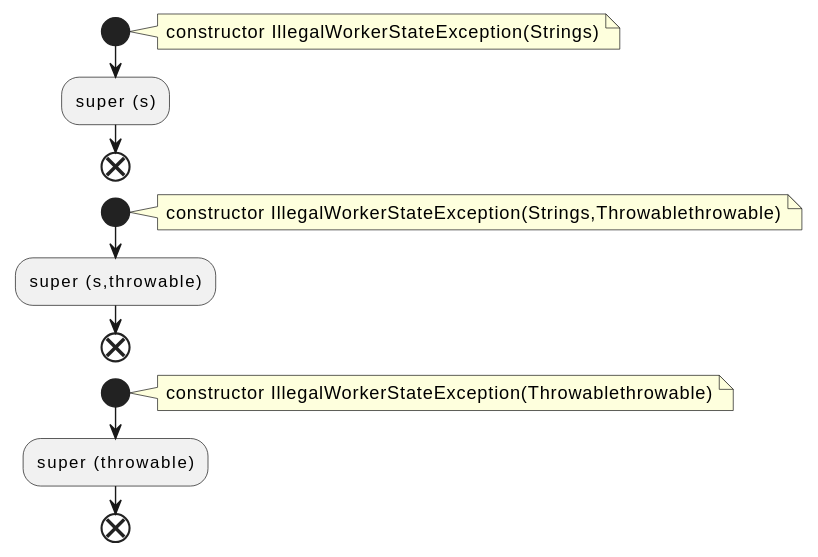
The PlantUML diagram docs/qc/connect/api/src/main/java/org/apache/kafka/connect/errors/IllegalWorkerStateException.java.fct.svg in qualitesys/kafka, before a commit. Source of this version:
```plantuml
@startuml
!pragma layout smetana
start
note right
constructor IllegalWorkerStateException(Strings)
end note
:super (s);
end
start
note right
constructor IllegalWorkerStateException(Strings,Throwablethrowable)
end note
:super (s,throwable);
end
start
note right
constructor IllegalWorkerStateException(Throwablethrowable)
end note
:super (throwable);
end
@enduml
```
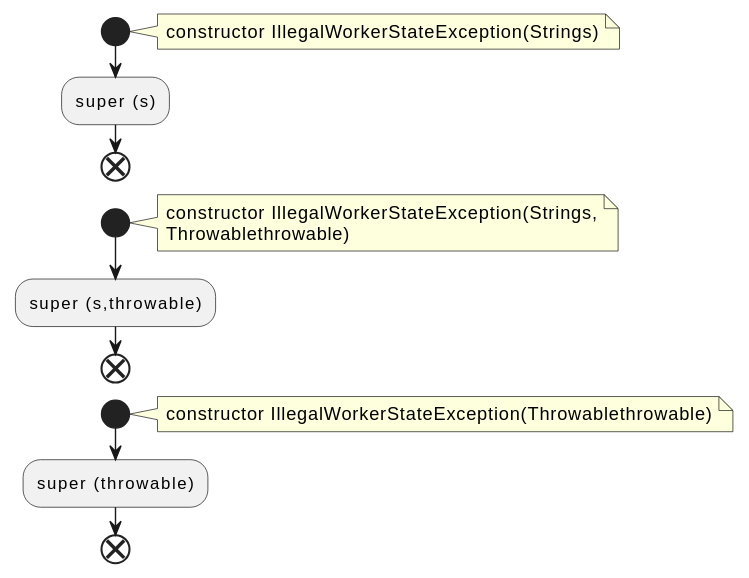
Later version of the same file.

What changed in the source:
```diff
@@ -8,7 +8,8 @@
 end
 start
 note right
-constructor IllegalWorkerStateException(Strings,Throwablethrowable)
+constructor IllegalWorkerStateException(Strings,
+Throwablethrowable)
 end note
 :super (s,throwable);
 end
```
